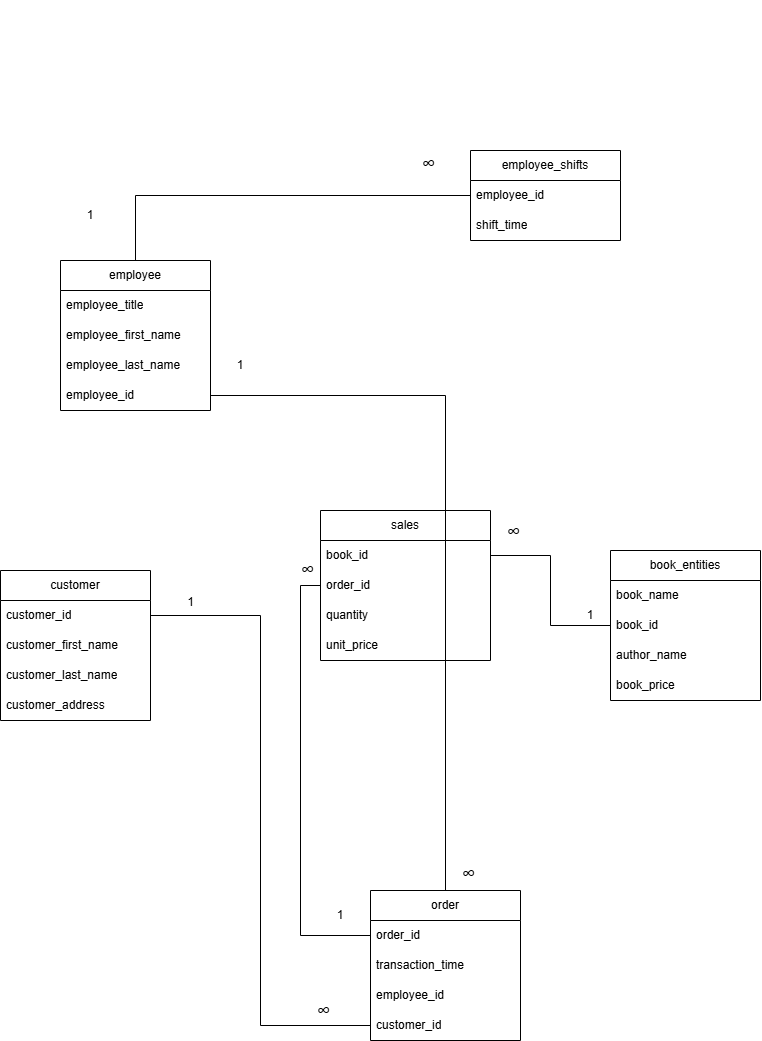
Earlier version of the draw.io export 02_activities/assignments/DC_Cohort/assignment2.drawio.png (colinkl21/sql). Source tidied: cells renumbered, new cells last; positions are measured from the earlier drawing's top-left corner, leaving out a move shared by most shapes.
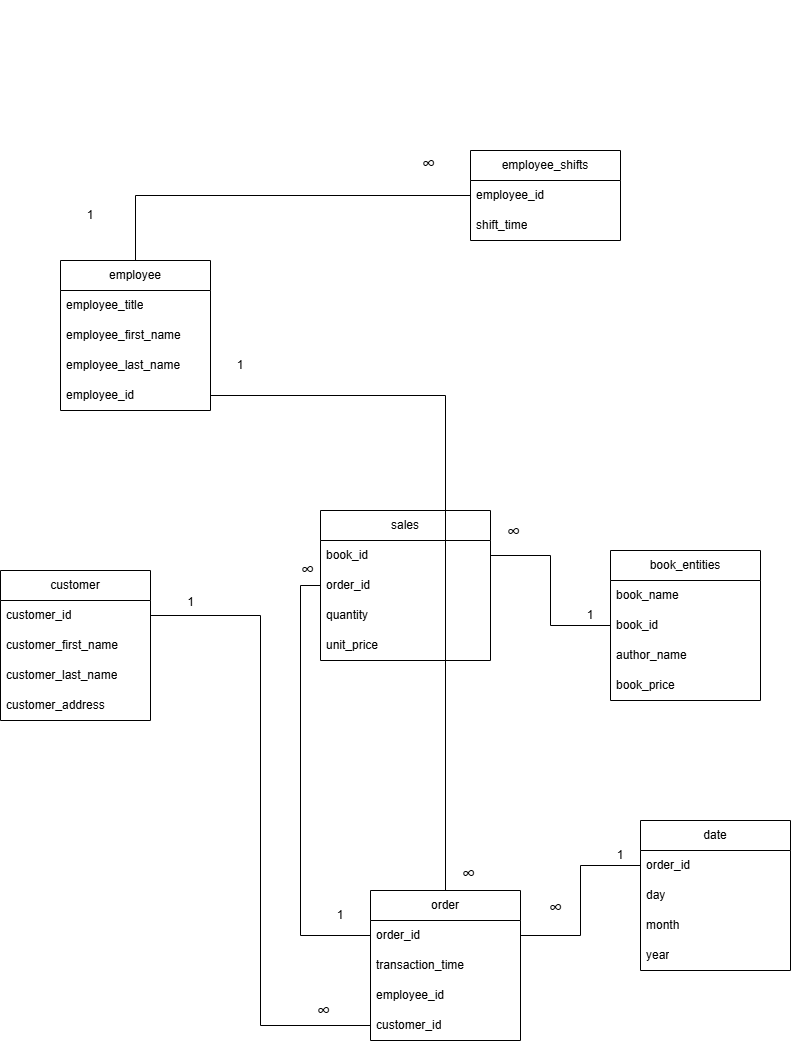
After the change.

Diff of the diagram source:
```diff
@@ -143,5 +143,31 @@
         <mxPoint x="-63" y="163" as="offset" />
       </mxGeometry>
     </mxCell>
+    <mxCell id="45" value="date" style="swimlane;fontStyle=0;horizontal=1;startSize=30;whiteSpace=wrap;html=1;" parent="1" vertex="1">
+      <mxGeometry x="640" y="820" width="150" height="150" as="geometry" />
+    </mxCell>
+    <mxCell id="46" value="order_id" style="text;strokeColor=none;fillColor=none;align=left;verticalAlign=middle;spacingLeft=4;spacingRight=4;overflow=hidden;points=[[0,0.5],[1,0.5]];portConstraint=eastwest;whiteSpace=wrap;html=1;" parent="45" vertex="1">
+      <mxGeometry y="30" width="150" height="30" as="geometry" />
+    </mxCell>
+    <mxCell id="47" value="day" style="text;strokeColor=none;fillColor=none;align=left;verticalAlign=middle;spacingLeft=4;spacingRight=4;overflow=hidden;whiteSpace=wrap;html=1;" parent="45" vertex="1">
+      <mxGeometry y="60" width="150" height="30" as="geometry" />
+    </mxCell>
+    <mxCell id="48" value="month" style="text;strokeColor=none;fillColor=none;align=left;verticalAlign=middle;spacingLeft=4;spacingRight=4;overflow=hidden;whiteSpace=wrap;html=1;" parent="45" vertex="1">
+      <mxGeometry y="90" width="150" height="30" as="geometry" />
+    </mxCell>
+    <mxCell id="49" value="year" style="text;strokeColor=none;fillColor=none;align=left;verticalAlign=middle;spacingLeft=4;spacingRight=4;overflow=hidden;whiteSpace=wrap;html=1;" parent="45" vertex="1">
+      <mxGeometry y="120" width="150" height="30" as="geometry" />
+    </mxCell>
+    <mxCell id="50" style="edgeStyle=orthogonalEdgeStyle;rounded=0;jettySize=auto;html=1;exitX=1;exitY=0.5;exitDx=0;exitDy=0;entryX=0;entryY=0.5;entryDx=0;entryDy=0;endArrow=none;endFill=0;" parent="1" edge="1" source="19" target="46">
+      <mxGeometry relative="1" as="geometry" />
+    </mxCell>
+    <mxCell id="51" value="1" style="text;html=1;whiteSpace=wrap;strokeColor=none;fillColor=none;align=center;verticalAlign=middle;rounded=0;" parent="1" vertex="1">
+      <mxGeometry x="590" y="840" width="60" height="30" as="geometry" />
+    </mxCell>
+    <mxCell id="52" value="&lt;font style=&quot;font-size: 19px;&quot;&gt;∞&lt;/font&gt;" style="edgeLabel;html=1;align=center;verticalAlign=middle;" parent="1" vertex="1">
+      <mxGeometry x="740" y="500" as="geometry">
+        <mxPoint x="-186" y="407" as="offset" />
+      </mxGeometry>
+    </mxCell>
   </root>
 </mxGraphModel>
```
